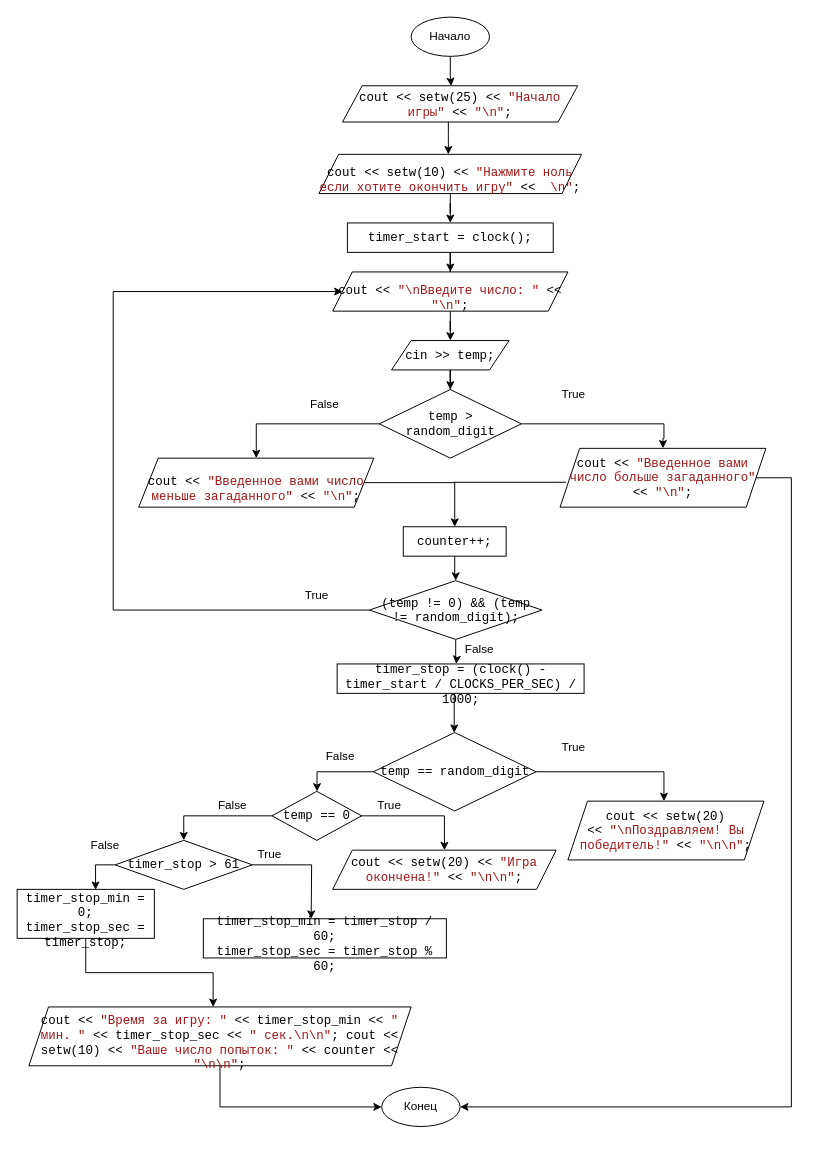
Before: Flow_chart_lesson_2_task_4.drawio in demchenkodenis1/itstep_flow_chart, a draw.io diagram. Source tidied: cells renumbered, new cells numbered last; positions are measured from the earlier drawing's top-left corner, leaving out a move shared by most shapes. Both pictures are drawn from the tidied source at 98%, with x=0, y=0 at pixel (17, 17).
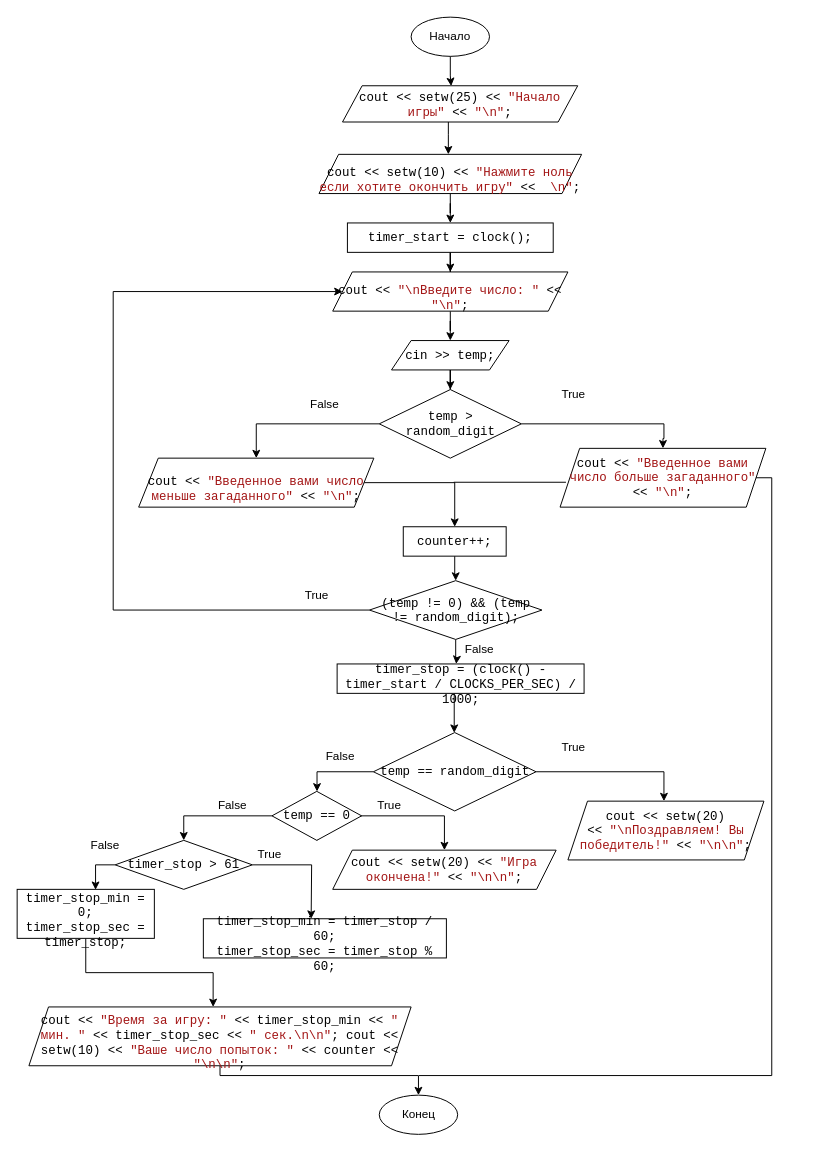
After the change.

The change refers to these unchanged cells:
```xml
<mxCell id="18" value="&lt;span style=&quot;font-size: 9.5pt ; line-height: 107% ; font-family: &amp;#34;consolas&amp;#34;&quot;&gt;cout &amp;lt;&amp;lt; &lt;/span&gt;&lt;span style=&quot;font-size: 9.5pt ; line-height: 107% ; font-family: &amp;#34;consolas&amp;#34; ; color: #a31515&quot;&gt;&quot;Введенное вами число больше загаданного&quot;&lt;/span&gt;&lt;span style=&quot;font-size: 9.5pt ; line-height: 107% ; font-family: &amp;#34;consolas&amp;#34;&quot;&gt; &amp;lt;&amp;lt; &lt;/span&gt;&lt;span style=&quot;font-size: 9.5pt ; line-height: 107% ; font-family: &amp;#34;consolas&amp;#34; ; color: #a31515&quot;&gt;&quot;\n&quot;&lt;/span&gt;&lt;span style=&quot;font-size: 9.5pt ; line-height: 107% ; font-family: &amp;#34;consolas&amp;#34;&quot;&gt;;&lt;/span&gt;" style="shape=parallelogram;perimeter=parallelogramPerimeter;whiteSpace=wrap;html=1;fixedSize=1;" parent="1" vertex="1">
  <mxGeometry x="554" y="440" width="210" height="60" as="geometry" />
</mxCell>
<mxCell id="43" value="&lt;p class=&quot;MsoNormal&quot; style=&quot;margin-bottom: 0cm ; line-height: normal&quot;&gt;&lt;span lang=&quot;EN-US&quot; style=&quot;font-size: 9.5pt ; font-family: &amp;#34;consolas&amp;#34;&quot;&gt;cout &amp;lt;&amp;lt; &lt;/span&gt;&lt;span lang=&quot;EN-US&quot; style=&quot;font-size: 9.5pt ; font-family: &amp;#34;consolas&amp;#34; ; color: #a31515&quot;&gt;&quot;&lt;/span&gt;&lt;span style=&quot;font-size: 9.5pt ; font-family: &amp;#34;consolas&amp;#34; ; color: #a31515&quot;&gt;Время&lt;/span&gt;&lt;span style=&quot;font-size: 9.5pt ; font-family: &amp;#34;consolas&amp;#34; ; color: #a31515&quot;&gt; &lt;/span&gt;&lt;span style=&quot;font-size: 9.5pt ; font-family: &amp;#34;consolas&amp;#34; ; color: #a31515&quot;&gt;за&lt;/span&gt;&lt;span style=&quot;font-size: 9.5pt ; font-family: &amp;#34;consolas&amp;#34; ; color: #a31515&quot;&gt; &lt;/span&gt;&lt;span style=&quot;font-size: 9.5pt ; font-family: &amp;#34;consolas&amp;#34; ; color: #a31515&quot;&gt;игру&lt;/span&gt;&lt;span lang=&quot;EN-US&quot; style=&quot;font-size: 9.5pt ; font-family: &amp;#34;consolas&amp;#34; ; color: #a31515&quot;&gt;: &quot;&lt;/span&gt;&lt;span lang=&quot;EN-US&quot; style=&quot;font-size: 9.5pt ; font-family: &amp;#34;consolas&amp;#34;&quot;&gt; &amp;lt;&amp;lt; timer_stop_min &amp;lt;&amp;lt; &lt;/span&gt;&lt;span lang=&quot;EN-US&quot; style=&quot;font-size: 9.5pt ; font-family: &amp;#34;consolas&amp;#34; ; color: #a31515&quot;&gt;&quot; &lt;/span&gt;&lt;span style=&quot;font-size: 9.5pt ; font-family: &amp;#34;consolas&amp;#34; ; color: #a31515&quot;&gt;мин&lt;/span&gt;&lt;span lang=&quot;EN-US&quot; style=&quot;font-size: 9.5pt ; font-family: &amp;#34;consolas&amp;#34; ; color: #a31515&quot;&gt;. &quot;&lt;/span&gt;&lt;span lang=&quot;EN-US&quot; style=&quot;font-size: 9.5pt ; font-family: &amp;#34;consolas&amp;#34;&quot;&gt; &amp;lt;&amp;lt; timer_stop_sec &amp;lt;&amp;lt; &lt;/span&gt;&lt;span lang=&quot;EN-US&quot; style=&quot;font-size: 9.5pt ; font-family: &amp;#34;consolas&amp;#34; ; color: #a31515&quot;&gt;&quot; &lt;/span&gt;&lt;span style=&quot;font-size: 9.5pt ; font-family: &amp;#34;consolas&amp;#34; ; color: #a31515&quot;&gt;сек&lt;/span&gt;&lt;span lang=&quot;EN-US&quot; style=&quot;font-size: 9.5pt ; font-family: &amp;#34;consolas&amp;#34; ; color: #a31515&quot;&gt;.\n\n&quot;&lt;/span&gt;&lt;span lang=&quot;EN-US&quot; style=&quot;font-size: 9.5pt ; font-family: &amp;#34;consolas&amp;#34;&quot;&gt;;&amp;nbsp;&lt;/span&gt;&lt;span lang=&quot;EN-US&quot; style=&quot;font-size: 9.5pt ; font-family: &amp;#34;consolas&amp;#34;&quot;&gt;cout &amp;lt;&amp;lt; setw(10) &amp;lt;&amp;lt; &lt;/span&gt;&lt;span lang=&quot;EN-US&quot; style=&quot;font-size: 9.5pt ; font-family: &amp;#34;consolas&amp;#34; ; color: rgb(163 , 21 , 21)&quot;&gt;&quot;&lt;/span&gt;&lt;span style=&quot;font-size: 9.5pt ; font-family: &amp;#34;consolas&amp;#34; ; color: rgb(163 , 21 , 21)&quot;&gt;Ваше&lt;/span&gt;&lt;span style=&quot;font-size: 9.5pt ; font-family: &amp;#34;consolas&amp;#34; ; color: rgb(163 , 21 , 21)&quot;&gt; &lt;/span&gt;&lt;span style=&quot;font-size: 9.5pt ; font-family: &amp;#34;consolas&amp;#34; ; color: rgb(163 , 21 , 21)&quot;&gt;число&lt;/span&gt;&lt;span style=&quot;font-size: 9.5pt ; font-family: &amp;#34;consolas&amp;#34; ; color: rgb(163 , 21 , 21)&quot;&gt; &lt;/span&gt;&lt;span style=&quot;font-size: 9.5pt ; font-family: &amp;#34;consolas&amp;#34; ; color: rgb(163 , 21 , 21)&quot;&gt;попыток&lt;/span&gt;&lt;span lang=&quot;EN-US&quot; style=&quot;font-size: 9.5pt ; font-family: &amp;#34;consolas&amp;#34; ; color: rgb(163 , 21 , 21)&quot;&gt;: &quot;&lt;/span&gt;&lt;span lang=&quot;EN-US&quot; style=&quot;font-size: 9.5pt ; font-family: &amp;#34;consolas&amp;#34;&quot;&gt; &amp;lt;&amp;lt;&amp;nbsp;&lt;/span&gt;&lt;span lang=&quot;EN-US&quot; style=&quot;font-size: 9.5pt ; font-family: &amp;#34;consolas&amp;#34;&quot;&gt;counter &amp;lt;&amp;lt; &lt;/span&gt;&lt;span lang=&quot;EN-US&quot; style=&quot;font-size: 9.5pt ; font-family: &amp;#34;consolas&amp;#34; ; color: rgb(163 , 21 , 21)&quot;&gt;&quot;\n\n&quot;&lt;/span&gt;&lt;span lang=&quot;EN-US&quot; style=&quot;font-size: 9.5pt ; font-family: &amp;#34;consolas&amp;#34;&quot;&gt;;&lt;/span&gt;&lt;/p&gt;" style="shape=parallelogram;perimeter=parallelogramPerimeter;whiteSpace=wrap;html=1;fixedSize=1;" parent="1" vertex="1">
  <mxGeometry x="12" y="1010" width="390" height="60" as="geometry" />
</mxCell>
```

Change to the diagram source:
```diff
@@
-    <mxCell id="17" style="edgeStyle=orthogonalEdgeStyle;rounded=0;jettySize=auto;html=1;entryX=1;entryY=0.5;entryDx=0;entryDy=0;" parent="1" edge="1" source="18" target="44">
-      <mxGeometry relative="1" as="geometry">
-        <Array as="points">
-          <mxPoint x="790" y="470" />
-          <mxPoint x="790" y="1112" />
-        </Array>
-      </mxGeometry>
-    </mxCell>
@@
-    <mxCell id="42" style="edgeStyle=orthogonalEdgeStyle;rounded=0;jettySize=auto;html=1;entryX=0;entryY=0.5;entryDx=0;entryDy=0;" parent="1" edge="1" source="43" target="44">
-      <mxGeometry relative="1" as="geometry" />
+    <mxCell id="42" style="edgeStyle=orthogonalEdgeStyle;rounded=0;jettySize=auto;html=1;entryX=0.5;entryY=0;entryDx=0;entryDy=0;" parent="1" edge="1" source="43" target="44">
+      <mxGeometry relative="1" as="geometry">
+        <Array as="points">
+          <mxPoint x="207" y="1080" />
+          <mxPoint x="410" y="1080" />
+        </Array>
+      </mxGeometry>
     </mxCell>
@@
     <mxCell id="44" value="Конец" style="ellipse;whiteSpace=wrap;html=1;" parent="1" vertex="1">
-      <mxGeometry x="372" y="1092" width="80" height="40" as="geometry" />
+      <mxGeometry x="369.5" y="1100" width="80" height="40" as="geometry" />
     </mxCell>
@@
+    <mxCell id="56" style="endArrow=none;html=1;rounded=0;entryX=1;entryY=0.5;entryDx=0;entryDy=0;" parent="1" edge="1" target="18">
+      <mxGeometry relative="1" as="geometry">
+        <mxPoint x="410" y="1080" as="sourcePoint" />
+        <Array as="points">
+          <mxPoint x="770" y="1080" />
+          <mxPoint x="770" y="470" />
+        </Array>
+      </mxGeometry>
+    </mxCell>
```
